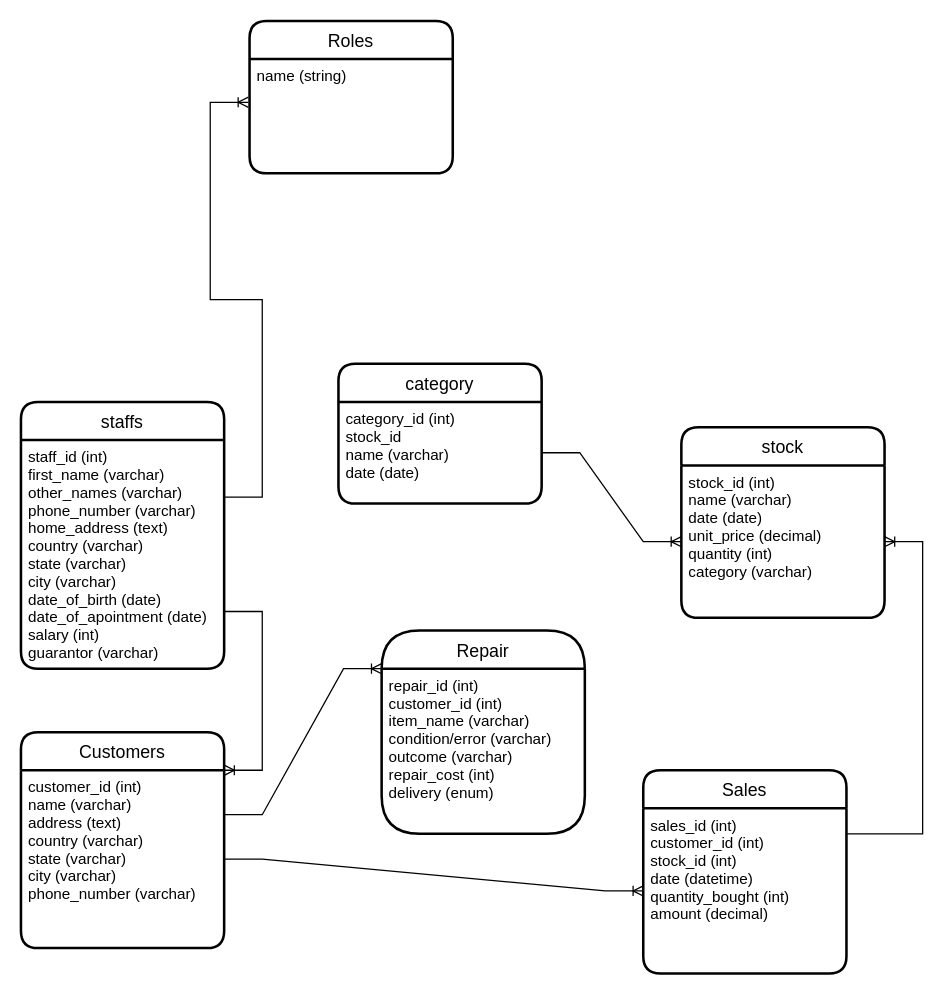
musa0491/DataBase-MySQL keeps this draw.io diagram as frima_store.drawio. Above is the earlier version. Source tidied: cells renumbered, new cells numbered last; positions are measured from the earlier drawing's top-left corner, leaving out a move shared by most shapes. Both pictures are drawn from the tidied source at 127%, with x=0, y=0 at pixel (20, 20).
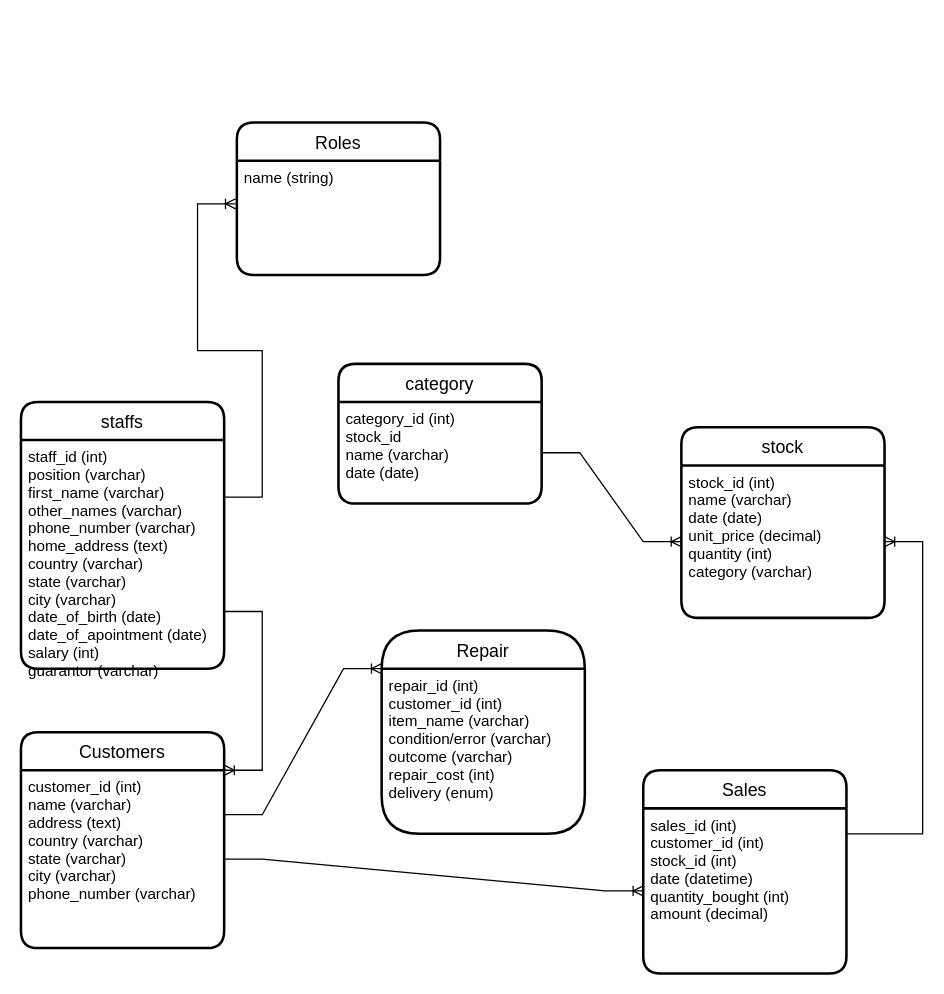
The same diagram, later.

The change refers to these unchanged cells:
```xml
<mxCell id="2" value="staffs" style="swimlane;horizontal=1;startSize=30;rounded=1;fontSize=14;fontStyle=0;strokeWidth=2;shadow=0;dashed=0;align=center;" parent="1" vertex="1">
  <mxGeometry y="300" width="160" height="210" as="geometry" />
</mxCell>
```

Diff of the diagram source:
```diff
@@
-    <mxCell id="3" value="staff_id (int)&#10;first_name (varchar)&#10;other_names (varchar)&#10;phone_number (varchar)&#10;home_address (text)&#10;country (varchar)&#10;state (varchar)&#10;city (varchar)&#10;date_of_birth (date)&#10;date_of_apointment (date)&#10;salary (int)&#10;guarantor (varchar)" style="align=left;strokeColor=none;fillColor=none;spacingLeft=4;fontSize=12;verticalAlign=top;" parent="2" vertex="1">
+    <mxCell id="3" value="staff_id (int)&#10;position (varchar)&#10;first_name (varchar)&#10;other_names (varchar)&#10;phone_number (varchar)&#10;home_address (text)&#10;country (varchar)&#10;state (varchar)&#10;city (varchar)&#10;date_of_birth (date)&#10;date_of_apointment (date)&#10;salary (int)&#10;guarantor (varchar)" style="align=left;strokeColor=none;fillColor=none;spacingLeft=4;fontSize=12;verticalAlign=top;" parent="2" vertex="1">
       <mxGeometry y="30" width="160" height="180" as="geometry" />
     </mxCell>
@@
     <mxCell id="21" value="Roles" style="swimlane;horizontal=1;startSize=30;rounded=1;fontSize=14;fontStyle=0;strokeWidth=2;shadow=0;dashed=0;align=center;" parent="1" vertex="1">
-      <mxGeometry x="180" width="160" height="120" as="geometry" />
+      <mxGeometry x="170" y="80" width="160" height="120" as="geometry" />
     </mxCell>
```
